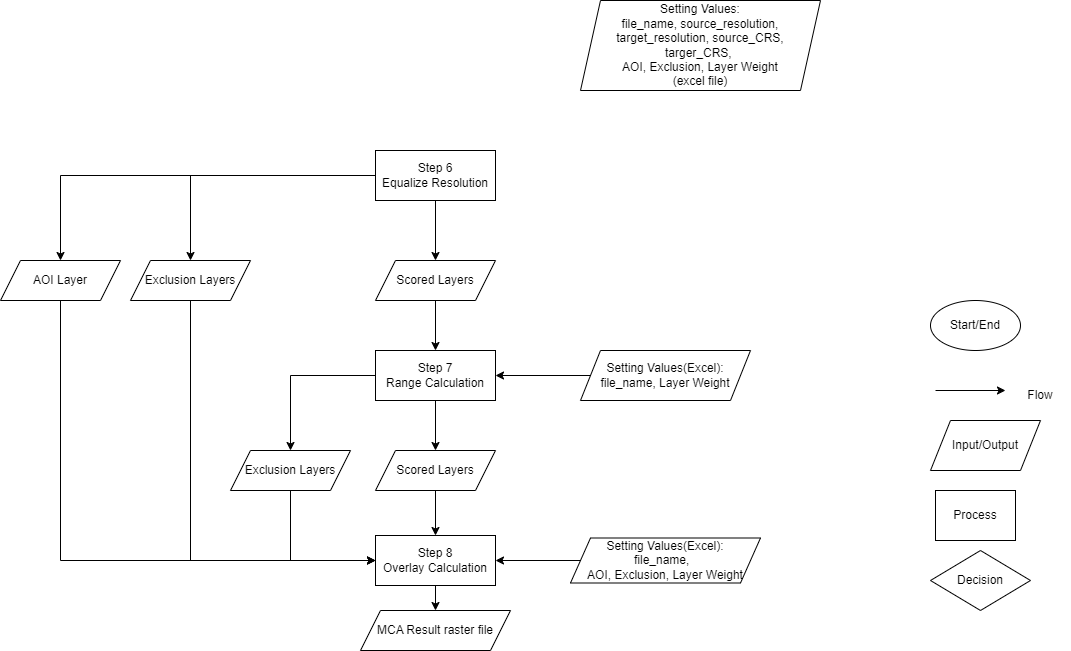
Earlier version of the draw.io export flowchart.png (chungkang/MCA). Source tidied: cells renumbered, new cells last; positions are measured from the earlier drawing's top-left corner, leaving out a move shared by most shapes.
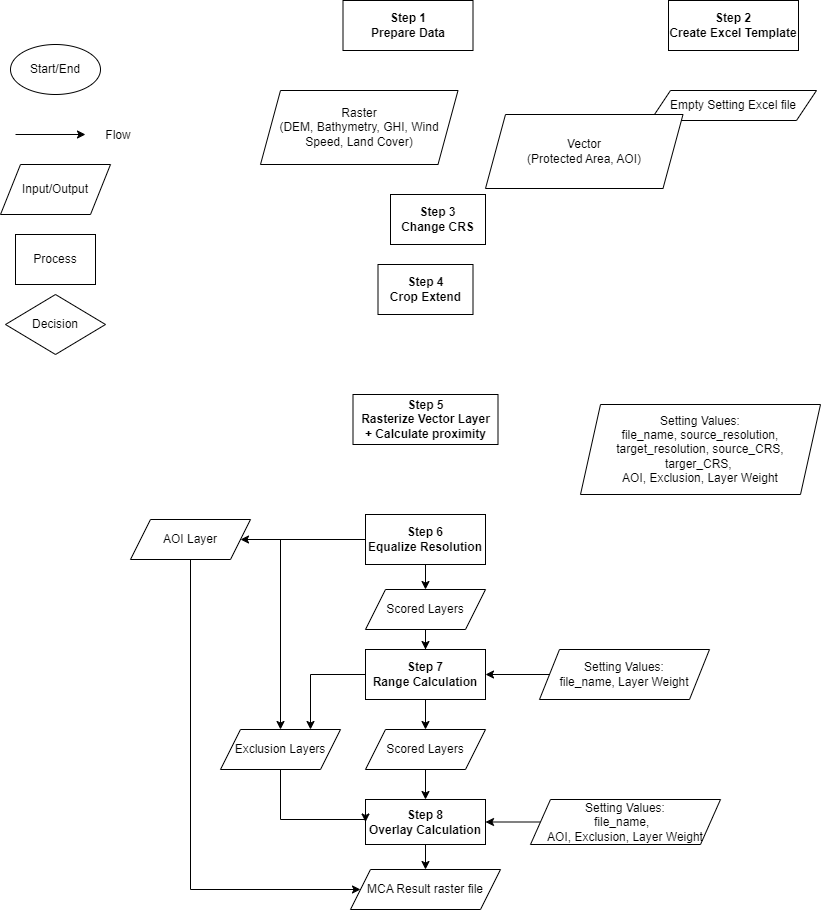
The same diagram one commit later.

Diff of the diagram source:
```diff
@@ -3,112 +3,126 @@
     <mxCell id="0" />
     <mxCell id="1" parent="0" />
     <mxCell id="2" value="Start/End" style="ellipse;whiteSpace=wrap;html=1;rounded=0;labelBackgroundColor=none;" parent="1" vertex="1">
-      <mxGeometry x="930" y="300" width="90" height="50" as="geometry" />
+      <mxGeometry x="20" y="-380" width="90" height="50" as="geometry" />
     </mxCell>
     <mxCell id="3" style="endArrow=classic;html=1;rounded=0;entryX=0.833;entryY=1;entryDx=0;entryDy=0;entryPerimeter=0;labelBackgroundColor=none;fontColor=default;" parent="1" edge="1">
       <mxGeometry relative="1" as="geometry">
-        <mxPoint x="935" y="390" as="sourcePoint" />
-        <mxPoint x="1005" y="390" as="targetPoint" />
+        <mxPoint x="25" y="-290" as="sourcePoint" />
+        <mxPoint x="95" y="-290" as="targetPoint" />
       </mxGeometry>
     </mxCell>
     <mxCell id="4" value="Flow" style="text;html=1;strokeColor=none;fillColor=none;align=center;verticalAlign=middle;whiteSpace=wrap;rounded=0;labelBackgroundColor=none;" parent="1" vertex="1">
-      <mxGeometry x="1010" y="380" width="60" height="30" as="geometry" />
+      <mxGeometry x="98" y="-304" width="60" height="30" as="geometry" />
     </mxCell>
     <mxCell id="5" value="Input/Output" style="shape=parallelogram;perimeter=parallelogramPerimeter;whiteSpace=wrap;html=1;fixedSize=1;rounded=0;labelBackgroundColor=none;" parent="1" vertex="1">
-      <mxGeometry x="930" y="420" width="110" height="50" as="geometry" />
+      <mxGeometry x="10" y="-260" width="110" height="50" as="geometry" />
     </mxCell>
     <mxCell id="6" value="Process" style="rounded=0;whiteSpace=wrap;html=1;labelBackgroundColor=none;" parent="1" vertex="1">
-      <mxGeometry x="935" y="490" width="80" height="50" as="geometry" />
+      <mxGeometry x="25" y="-190" width="80" height="50" as="geometry" />
     </mxCell>
     <mxCell id="7" value="Decision" style="rhombus;whiteSpace=wrap;html=1;rounded=0;labelBackgroundColor=none;" parent="1" vertex="1">
-      <mxGeometry x="930" y="550" width="100" height="60" as="geometry" />
+      <mxGeometry x="15" y="-130" width="100" height="60" as="geometry" />
     </mxCell>
     <mxCell id="8" value="MCA Result raster file" style="shape=parallelogram;perimeter=parallelogramPerimeter;whiteSpace=wrap;html=1;fixedSize=1;rounded=0;labelBackgroundColor=none;" parent="1" vertex="1">
-      <mxGeometry x="360" y="610" width="150" height="40" as="geometry" />
+      <mxGeometry x="360" y="445" width="150" height="40" as="geometry" />
     </mxCell>
     <mxCell id="9" style="edgeStyle=orthogonalEdgeStyle;rounded=0;jettySize=auto;html=1;entryX=0.5;entryY=0;entryDx=0;entryDy=0;labelBackgroundColor=none;fontColor=default;" parent="1" edge="1" source="10" target="8">
       <mxGeometry relative="1" as="geometry" />
     </mxCell>
-    <mxCell id="10" value="Step 8&lt;br&gt;Overlay Calculation" style="rounded=0;whiteSpace=wrap;html=1;labelBackgroundColor=none;" parent="1" vertex="1">
-      <mxGeometry x="375" y="535" width="120" height="50" as="geometry" />
+    <mxCell id="10" value="Step 8&lt;br&gt;Overlay Calculation" style="rounded=0;whiteSpace=wrap;html=1;labelBackgroundColor=none;fontStyle=1;" parent="1" vertex="1">
+      <mxGeometry x="375" y="375" width="120" height="45" as="geometry" />
     </mxCell>
     <mxCell id="11" style="edgeStyle=orthogonalEdgeStyle;rounded=0;jettySize=auto;html=1;entryX=1;entryY=0.5;entryDx=0;entryDy=0;labelBackgroundColor=none;fontColor=default;" parent="1" edge="1" source="12" target="10">
       <mxGeometry relative="1" as="geometry" />
     </mxCell>
-    <mxCell id="12" value="Setting Values(Excel):&lt;br&gt;&lt;div style=&quot;&quot;&gt;&lt;span style=&quot;background-color: initial;&quot;&gt;file_name,&amp;nbsp;&amp;nbsp;&lt;/span&gt;&lt;/div&gt;&lt;div style=&quot;&quot;&gt;&lt;span style=&quot;background-color: initial;&quot;&gt;AOI, Exclusion, Layer Weight&lt;/span&gt;&lt;/div&gt;" style="shape=parallelogram;perimeter=parallelogramPerimeter;whiteSpace=wrap;html=1;fixedSize=1;rounded=0;labelBackgroundColor=none;" parent="1" vertex="1">
-      <mxGeometry x="570" y="537.5" width="190" height="45" as="geometry" />
+    <mxCell id="12" value="Setting Values:&lt;br&gt;&lt;div style=&quot;&quot;&gt;&lt;span style=&quot;background-color: initial;&quot;&gt;file_name,&amp;nbsp;&amp;nbsp;&lt;/span&gt;&lt;/div&gt;&lt;div style=&quot;&quot;&gt;&lt;span style=&quot;background-color: initial;&quot;&gt;AOI, Exclusion, Layer Weight&lt;/span&gt;&lt;/div&gt;" style="shape=parallelogram;perimeter=parallelogramPerimeter;whiteSpace=wrap;html=1;fixedSize=1;rounded=0;labelBackgroundColor=none;" parent="1" vertex="1">
+      <mxGeometry x="540" y="375" width="190" height="45" as="geometry" />
     </mxCell>
     <mxCell id="13" style="edgeStyle=orthogonalEdgeStyle;rounded=0;jettySize=auto;html=1;entryX=0.5;entryY=0;entryDx=0;entryDy=0;labelBackgroundColor=none;fontColor=default;" parent="1" edge="1" source="14" target="10">
       <mxGeometry relative="1" as="geometry" />
     </mxCell>
     <mxCell id="14" value="Scored Layers" style="shape=parallelogram;perimeter=parallelogramPerimeter;whiteSpace=wrap;html=1;fixedSize=1;rounded=0;labelBackgroundColor=none;" parent="1" vertex="1">
-      <mxGeometry x="375" y="450" width="120" height="40" as="geometry" />
+      <mxGeometry x="375" y="305" width="120" height="40" as="geometry" />
     </mxCell>
     <mxCell id="15" style="edgeStyle=orthogonalEdgeStyle;rounded=0;jettySize=auto;html=1;entryX=0.5;entryY=0;entryDx=0;entryDy=0;" parent="1" edge="1" source="17" target="14">
       <mxGeometry relative="1" as="geometry" />
     </mxCell>
-    <mxCell id="16" style="edgeStyle=orthogonalEdgeStyle;rounded=0;jettySize=auto;html=1;entryX=0.5;entryY=0;entryDx=0;entryDy=0;" parent="1" edge="1" source="17" target="32">
+    <mxCell id="16" style="edgeStyle=orthogonalEdgeStyle;rounded=0;jettySize=auto;html=1;entryX=0.75;entryY=0;entryDx=0;entryDy=0;" parent="1" edge="1" source="17" target="32">
       <mxGeometry relative="1" as="geometry" />
     </mxCell>
-    <mxCell id="17" value="Step 7&lt;br&gt;Range Calculation" style="rounded=0;whiteSpace=wrap;html=1;labelBackgroundColor=none;" parent="1" vertex="1">
-      <mxGeometry x="375" y="350" width="120" height="50" as="geometry" />
+    <mxCell id="17" value="Step 7&lt;br&gt;Range Calculation" style="rounded=0;whiteSpace=wrap;html=1;labelBackgroundColor=none;fontStyle=1;" parent="1" vertex="1">
+      <mxGeometry x="375" y="225" width="120" height="50" as="geometry" />
     </mxCell>
-    <mxCell id="18" style="edgeStyle=orthogonalEdgeStyle;rounded=0;jettySize=auto;html=1;entryX=0.5;entryY=0;entryDx=0;entryDy=0;" parent="1" edge="1" source="21" target="25">
+    <mxCell id="18" style="edgeStyle=orthogonalEdgeStyle;rounded=0;jettySize=auto;html=1;entryX=0.5;entryY=0;entryDx=0;entryDy=0;" parent="1" edge="1" source="21" target="32">
       <mxGeometry relative="1" as="geometry" />
     </mxCell>
     <mxCell id="19" style="edgeStyle=orthogonalEdgeStyle;rounded=0;jettySize=auto;html=1;entryX=0.5;entryY=0;entryDx=0;entryDy=0;" parent="1" edge="1" source="21" target="23">
       <mxGeometry relative="1" as="geometry" />
     </mxCell>
-    <mxCell id="20" style="edgeStyle=orthogonalEdgeStyle;rounded=0;jettySize=auto;html=1;entryX=0.5;entryY=0;entryDx=0;entryDy=0;" parent="1" edge="1" source="21" target="30">
+    <mxCell id="20" style="edgeStyle=orthogonalEdgeStyle;rounded=0;jettySize=auto;html=1;entryX=1;entryY=0.5;entryDx=0;entryDy=0;" parent="1" edge="1" source="21" target="30">
       <mxGeometry relative="1" as="geometry" />
     </mxCell>
-    <mxCell id="21" value="Step 6&lt;br&gt;Equalize Resolution" style="rounded=0;whiteSpace=wrap;html=1;labelBackgroundColor=none;" parent="1" vertex="1">
-      <mxGeometry x="375" y="150" width="120" height="50" as="geometry" />
+    <mxCell id="21" value="Step 6&lt;br&gt;Equalize Resolution" style="rounded=0;whiteSpace=wrap;html=1;labelBackgroundColor=none;fontStyle=1;" parent="1" vertex="1">
+      <mxGeometry x="375" y="90" width="120" height="50" as="geometry" />
     </mxCell>
     <mxCell id="22" style="edgeStyle=orthogonalEdgeStyle;rounded=0;jettySize=auto;html=1;entryX=0.5;entryY=0;entryDx=0;entryDy=0;" parent="1" edge="1" source="23" target="17">
       <mxGeometry relative="1" as="geometry" />
     </mxCell>
     <mxCell id="23" value="Scored Layers" style="shape=parallelogram;perimeter=parallelogramPerimeter;whiteSpace=wrap;html=1;fixedSize=1;rounded=0;labelBackgroundColor=none;" parent="1" vertex="1">
-      <mxGeometry x="375" y="260" width="120" height="40" as="geometry" />
+      <mxGeometry x="375" y="165" width="120" height="40" as="geometry" />
     </mxCell>
-    <mxCell id="24" style="edgeStyle=orthogonalEdgeStyle;rounded=0;jettySize=auto;html=1;entryX=0;entryY=0.5;entryDx=0;entryDy=0;" parent="1" edge="1" source="25" target="10">
-      <mxGeometry relative="1" as="geometry">
-        <Array as="points">
-          <mxPoint x="190" y="560" />
-        </Array>
-      </mxGeometry>
-    </mxCell>
-    <mxCell id="25" value="Exclusion Layers" style="shape=parallelogram;perimeter=parallelogramPerimeter;whiteSpace=wrap;html=1;fixedSize=1;rounded=0;labelBackgroundColor=none;" parent="1" vertex="1">
-      <mxGeometry x="130" y="260" width="120" height="40" as="geometry" />
-    </mxCell>
     <mxCell id="26" style="edgeStyle=orthogonalEdgeStyle;rounded=0;jettySize=auto;html=1;entryX=1;entryY=0.5;entryDx=0;entryDy=0;" parent="1" edge="1" source="27" target="17">
       <mxGeometry relative="1" as="geometry" />
     </mxCell>
-    <mxCell id="27" value="Setting Values(Excel):&lt;br&gt;&lt;div style=&quot;&quot;&gt;&lt;span style=&quot;background-color: initial;&quot;&gt;file_name,&amp;nbsp;&lt;/span&gt;&lt;span style=&quot;background-color: initial;&quot;&gt;Layer Weight&lt;/span&gt;&lt;/div&gt;" style="shape=parallelogram;perimeter=parallelogramPerimeter;whiteSpace=wrap;html=1;fixedSize=1;rounded=0;labelBackgroundColor=none;" parent="1" vertex="1">
-      <mxGeometry x="580" y="350" width="170" height="50" as="geometry" />
+    <mxCell id="27" value="Setting Values:&lt;br&gt;&lt;div style=&quot;&quot;&gt;&lt;span style=&quot;background-color: initial;&quot;&gt;file_name,&amp;nbsp;&lt;/span&gt;&lt;span style=&quot;background-color: initial;&quot;&gt;Layer Weight&lt;/span&gt;&lt;/div&gt;" style="shape=parallelogram;perimeter=parallelogramPerimeter;whiteSpace=wrap;html=1;fixedSize=1;rounded=0;labelBackgroundColor=none;" parent="1" vertex="1">
+      <mxGeometry x="549" y="225" width="170" height="50" as="geometry" />
     </mxCell>
-    <mxCell id="28" value="Setting Values:&lt;br&gt;&lt;div style=&quot;&quot;&gt;&lt;span style=&quot;background-color: initial;&quot;&gt;file_name, source_resolution, target_resolution, source_CRS, targer_CRS,&amp;nbsp;&lt;/span&gt;&lt;/div&gt;&lt;div style=&quot;&quot;&gt;&lt;span style=&quot;background-color: initial;&quot;&gt;AOI, Exclusion, Layer Weight&lt;/span&gt;&lt;/div&gt;(excel file)" style="shape=parallelogram;perimeter=parallelogramPerimeter;whiteSpace=wrap;html=1;fixedSize=1;rounded=0;labelBackgroundColor=none;" parent="1" vertex="1">
-      <mxGeometry x="580" width="240" height="90" as="geometry" />
+    <mxCell id="28" value="Setting Values:&lt;br&gt;&lt;div style=&quot;&quot;&gt;&lt;span style=&quot;background-color: initial;&quot;&gt;file_name, source_resolution, target_resolution, source_CRS, targer_CRS,&amp;nbsp;&lt;/span&gt;&lt;/div&gt;&lt;div style=&quot;&quot;&gt;&lt;span style=&quot;background-color: initial;&quot;&gt;AOI, Exclusion, Layer Weight&lt;/span&gt;&lt;/div&gt;" style="shape=parallelogram;perimeter=parallelogramPerimeter;whiteSpace=wrap;html=1;fixedSize=1;rounded=0;labelBackgroundColor=none;" parent="1" vertex="1">
+      <mxGeometry x="590" y="-20" width="240" height="90" as="geometry" />
     </mxCell>
-    <mxCell id="29" style="edgeStyle=orthogonalEdgeStyle;rounded=0;jettySize=auto;html=1;entryX=0;entryY=0.5;entryDx=0;entryDy=0;" parent="1" edge="1" source="30" target="10">
-      <mxGeometry relative="1" as="geometry">
-        <Array as="points">
-          <mxPoint x="60" y="560" />
-        </Array>
-      </mxGeometry>
-    </mxCell>
+    <mxCell id="33" style="edgeStyle=orthogonalEdgeStyle;rounded=0;jettySize=auto;html=1;entryX=0;entryY=0.5;entryDx=0;entryDy=0;" parent="1" edge="1" source="30" target="8">
+      <mxGeometry relative="1" as="geometry">
+        <Array as="points">
+          <mxPoint x="200" y="465" />
+        </Array>
+      </mxGeometry>
+    </mxCell>
     <mxCell id="30" value="AOI Layer" style="shape=parallelogram;perimeter=parallelogramPerimeter;whiteSpace=wrap;html=1;fixedSize=1;rounded=0;labelBackgroundColor=none;" parent="1" vertex="1">
-      <mxGeometry y="260" width="120" height="40" as="geometry" />
+      <mxGeometry x="140" y="95" width="120" height="40" as="geometry" />
     </mxCell>
     <mxCell id="31" style="edgeStyle=orthogonalEdgeStyle;rounded=0;jettySize=auto;html=1;entryX=0;entryY=0.5;entryDx=0;entryDy=0;" parent="1" edge="1" source="32" target="10">
       <mxGeometry relative="1" as="geometry">
         <Array as="points">
-          <mxPoint x="290" y="560" />
+          <mxPoint x="290" y="395" />
         </Array>
       </mxGeometry>
     </mxCell>
     <mxCell id="32" value="Exclusion Layers" style="shape=parallelogram;perimeter=parallelogramPerimeter;whiteSpace=wrap;html=1;fixedSize=1;rounded=0;labelBackgroundColor=none;" parent="1" vertex="1">
-      <mxGeometry x="230" y="450" width="120" height="40" as="geometry" />
+      <mxGeometry x="230" y="305" width="120" height="40" as="geometry" />
     </mxCell>
+    <mxCell id="34" value="Step 5&lt;br&gt;Rasterize Vector Layer&lt;br&gt;+ Calculate proximity" style="rounded=0;whiteSpace=wrap;html=1;fontStyle=1;" parent="1" vertex="1">
+      <mxGeometry x="362.5" y="-30" width="145" height="50" as="geometry" />
+    </mxCell>
+    <mxCell id="35" value="Step 4&lt;br&gt;Crop Extend" style="rounded=0;whiteSpace=wrap;html=1;fontStyle=1;" parent="1" vertex="1">
+      <mxGeometry x="387.5" y="-160" width="95" height="50" as="geometry" />
+    </mxCell>
+    <mxCell id="36" value="Step 3&lt;br&gt;Change CRS" style="rounded=0;whiteSpace=wrap;html=1;fontStyle=1;" parent="1" vertex="1">
+      <mxGeometry x="400" y="-230" width="95" height="50" as="geometry" />
+    </mxCell>
+    <mxCell id="37" value="Step 2&lt;br&gt;Create Excel Template" style="rounded=0;whiteSpace=wrap;html=1;fontStyle=1;" parent="1" vertex="1">
+      <mxGeometry x="678" y="-424" width="130" height="50" as="geometry" />
+    </mxCell>
+    <mxCell id="38" value="Step 1&lt;br&gt;Prepare Data" style="rounded=0;whiteSpace=wrap;html=1;fontStyle=1;" parent="1" vertex="1">
+      <mxGeometry x="352.5" y="-424" width="130" height="50" as="geometry" />
+    </mxCell>
+    <mxCell id="39" value="Raster&lt;br&gt;(DEM, Bathymetry, GHI, Wind Speed, Land Cover)" style="shape=parallelogram;perimeter=parallelogramPerimeter;whiteSpace=wrap;html=1;fixedSize=1;" parent="1" vertex="1">
+      <mxGeometry x="270" y="-334" width="197.5" height="74" as="geometry" />
+    </mxCell>
+    <mxCell id="40" value="Empty Setting Excel file" style="shape=parallelogram;perimeter=parallelogramPerimeter;whiteSpace=wrap;html=1;fixedSize=1;" parent="1" vertex="1">
+      <mxGeometry x="660" y="-334" width="166" height="30" as="geometry" />
+    </mxCell>
+    <mxCell id="41" value="Vector&lt;br&gt;(Protected Area, AOI)" style="shape=parallelogram;perimeter=parallelogramPerimeter;whiteSpace=wrap;html=1;fixedSize=1;" parent="1" vertex="1">
+      <mxGeometry x="495" y="-310" width="197.5" height="74" as="geometry" />
+    </mxCell>
   </root>
 </mxGraphModel>
```
